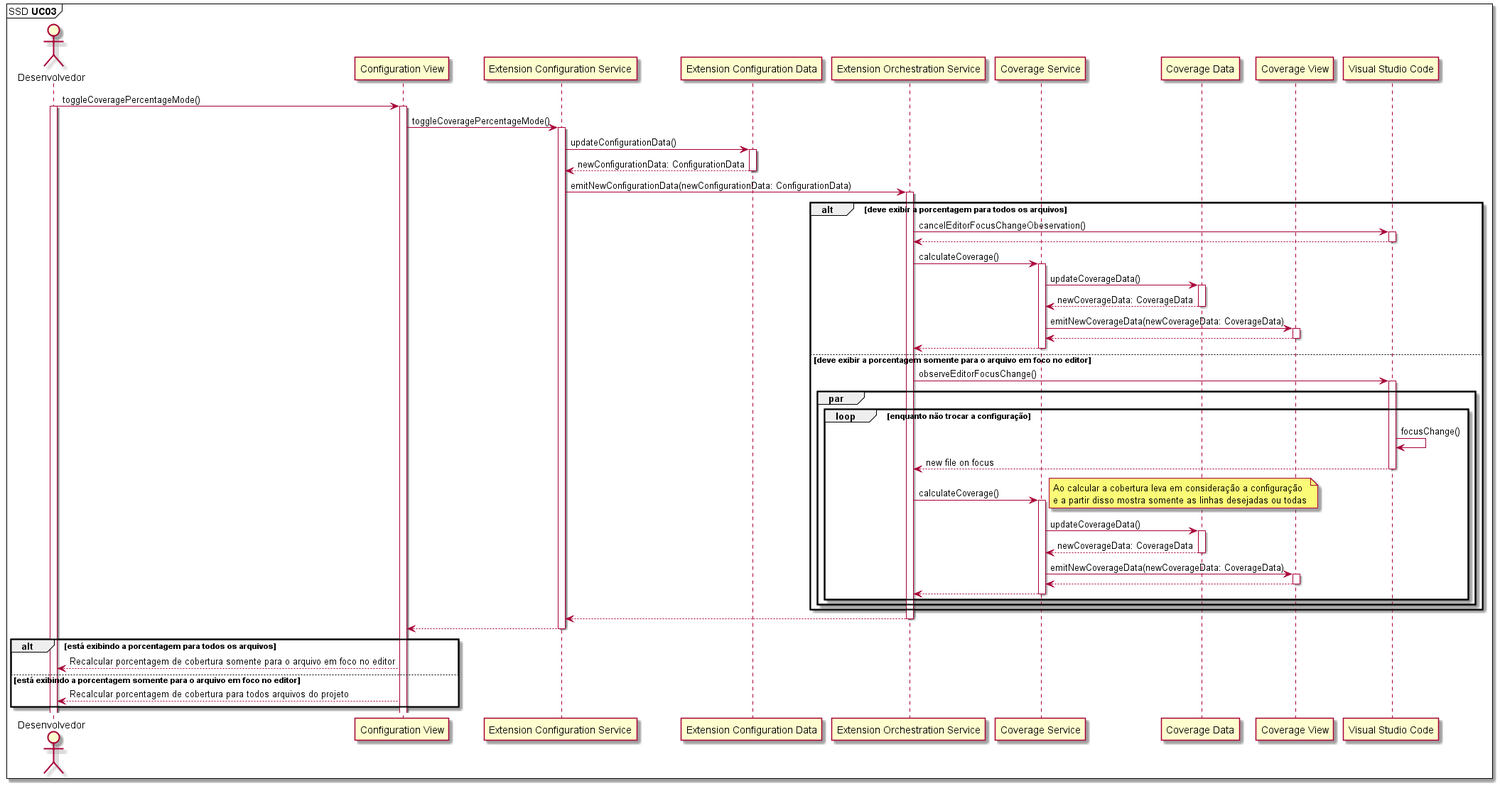
The PlantUML diagram Artefatos/Diagrama de Sequência/Imagens/SD-UC03.png in ICEI-PUC-Minas-PPLES-TI/plf-es-2022-1-tcci-5308100-dev-arthur-rocha-guilherme-oliveira, before a commit. The source it was exported from:
```plantuml
@startuml

mainframe SSD **UC03**


actor       Desenvolvedor as Dev
participant "Configuration View" as ConfigurationView
participant "Extension Configuration Service" as ExtensionConfigurationService
participant "Extension Configuration Data" as ExtensionConfigurationData
participant "Extension Orchestration Service" as ExtensionOrchestrationService
participant "Coverage Service" as CoverageService
participant "Coverage Data" as CoverageData
participant "Coverage View" as CoverageView
participant "Visual Studio Code" as VSCode

Dev -> ConfigurationView: toggleCoveragePercentageMode()

activate Dev
activate ConfigurationView

ConfigurationView -> ExtensionConfigurationService: toggleCoveragePercentageMode()
activate ExtensionConfigurationService

ExtensionConfigurationService -> ExtensionConfigurationData: updateConfigurationData()
activate ExtensionConfigurationData

ExtensionConfigurationService <-- ExtensionConfigurationData: newConfigurationData: ConfigurationData
deactivate ExtensionConfigurationData

ExtensionConfigurationService -> ExtensionOrchestrationService: emitNewConfigurationData(newConfigurationData: ConfigurationData)
activate ExtensionOrchestrationService

alt deve exibir a porcentagem para todos os arquivos

  ExtensionOrchestrationService -> VSCode: cancelEditorFocusChangeObeservation()
  activate VSCode
  ExtensionOrchestrationService <-- VSCode
  deactivate VSCode

  ExtensionOrchestrationService -> CoverageService: calculateCoverage()
  activate CoverageService

  CoverageService -> CoverageData: updateCoverageData()
  activate CoverageData

  CoverageService <-- CoverageData: newCoverageData: CoverageData
  deactivate CoverageData

  CoverageService -> CoverageView: emitNewCoverageData(newCoverageData: CoverageData)
  activate CoverageView

  CoverageService <-- CoverageView
  deactivate CoverageView

  ExtensionOrchestrationService <-- CoverageService
  deactivate CoverageService

else deve exibir a porcentagem somente para o arquivo em foco no editor

  ExtensionOrchestrationService -> VSCode: observeEditorFocusChange()
  activate VSCode

  par
    loop enquanto não trocar a configuração
      VSCode -> VSCode: focusChange()
      ExtensionOrchestrationService <-- VSCode: new file on focus
      deactivate VSCode

      ExtensionOrchestrationService -> CoverageService: calculateCoverage()
      activate CoverageService

      note right
        Ao calcular a cobertura leva em consideração a configuração
        e a partir disso mostra somente as linhas desejadas ou todas
      end note

      CoverageService -> CoverageData: updateCoverageData()
      activate CoverageData

      CoverageService <-- CoverageData: newCoverageData: CoverageData
      deactivate CoverageData

      CoverageService -> CoverageView: emitNewCoverageData(newCoverageData: CoverageData)
      activate CoverageView

      CoverageService <-- CoverageView
      deactivate CoverageView

      ExtensionOrchestrationService <-- CoverageService
      deactivate CoverageService
    end
  end
end


ExtensionConfigurationService <-- ExtensionOrchestrationService
deactivate ExtensionOrchestrationService

ConfigurationView <-- ExtensionConfigurationService
deactivate ExtensionConfigurationService

alt está exibindo a porcentagem para todos os arquivos

  Dev <-- ConfigurationView: Recalcular porcentagem de cobertura somente para o arquivo em foco no editor

else está exibindo a porcentagem somente para o arquivo em foco no editor

  Dev <-- ConfigurationView: Recalcular porcentagem de cobertura para todos arquivos do projeto

end

@enduml
```
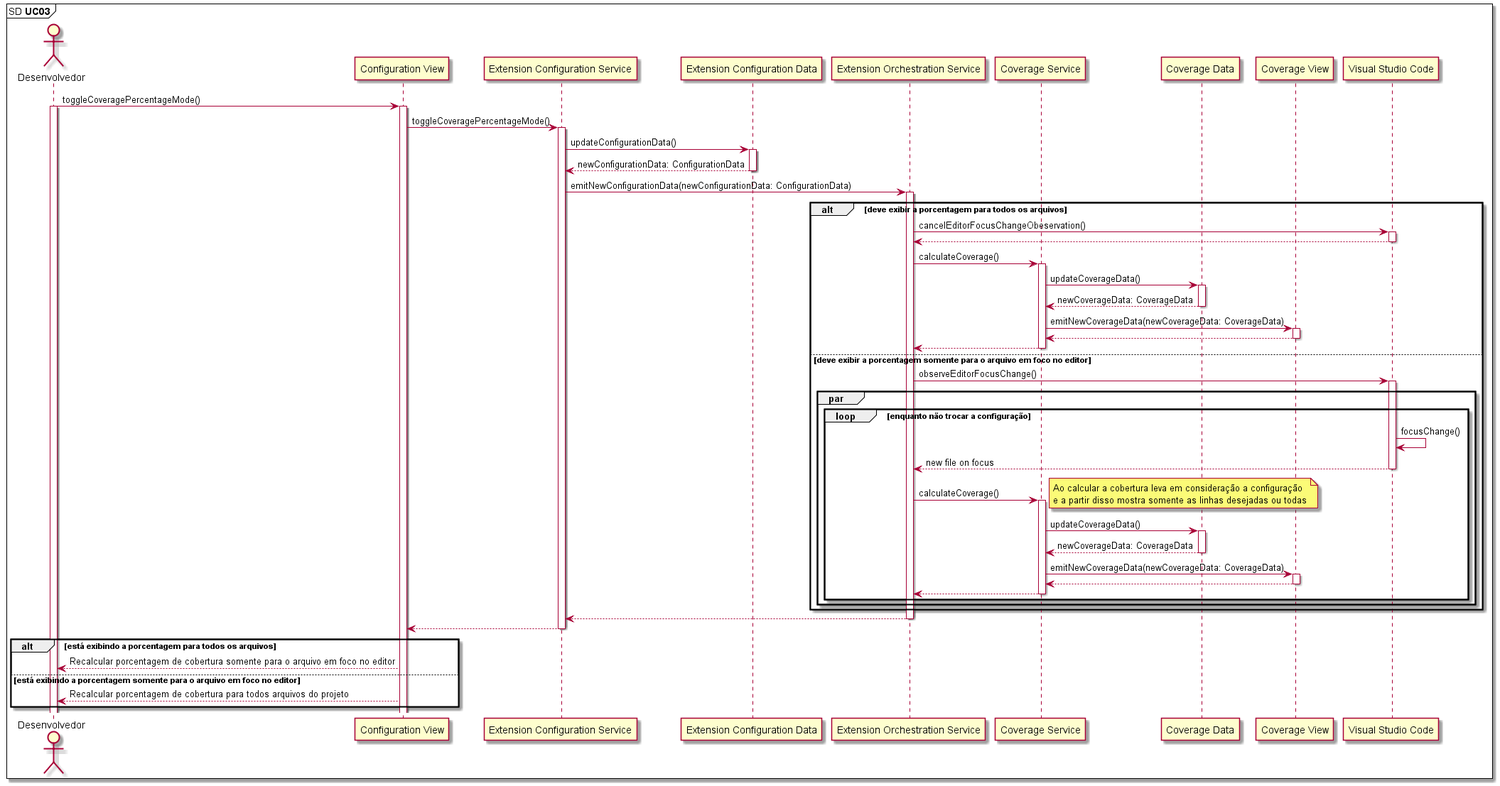
After the change.

The edit, as a diff of the source:
```diff
@@ -1,6 +1,6 @@
 @startuml
 
-mainframe SSD **UC03**
+mainframe SD **UC03**
 
 
 actor       Desenvolvedor as Dev
```
